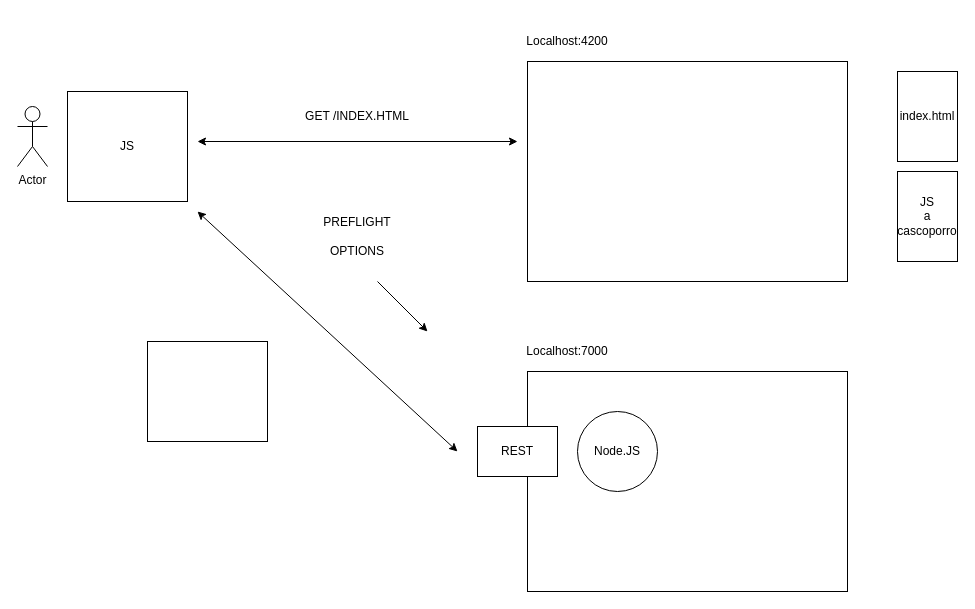
Above: page "Página-37" (37 of 63) of diagramas.drawio in almoril00/MEAN (draw.io), before the change. Source tidied: cells renumbered, new cells numbered last; positions are measured from the earlier drawing's top-left corner, leaving out a move shared by most shapes. Both pictures are drawn from the tidied source at 100%, with x=0, y=0 at pixel (17, 31).
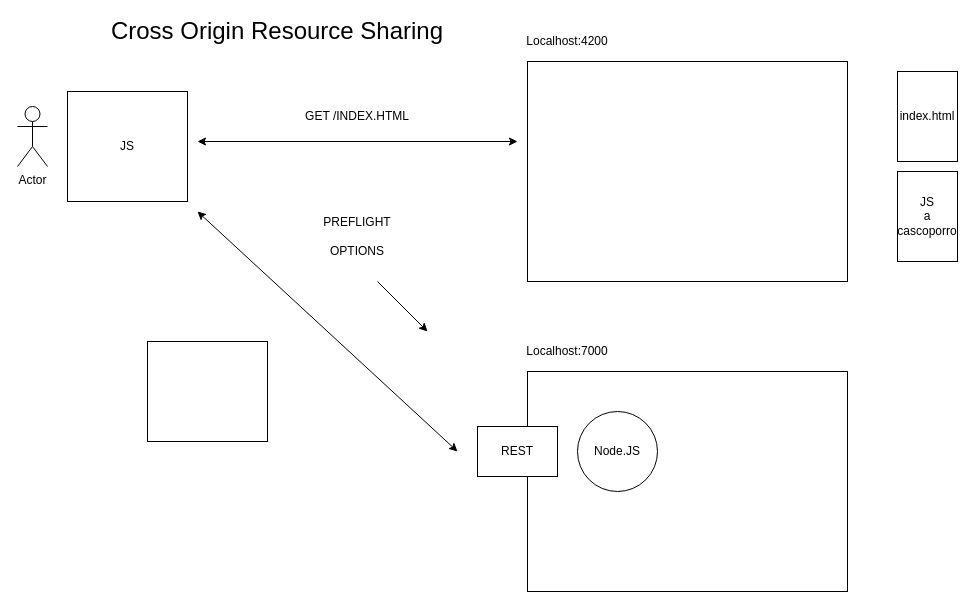
After the change.

The edit, as a diff of the source:
```diff
@@
+    <mxCell id="18" value="&lt;font style=&quot;font-size: 24px&quot;&gt;Cross Origin Resource Sharing&lt;/font&gt;" style="text;html=1;strokeColor=none;fillColor=none;align=center;verticalAlign=middle;whiteSpace=wrap;rounded=0;" parent="1" vertex="1">
+      <mxGeometry x="90" y="-10" width="340" height="20" as="geometry" />
+    </mxCell>
```
